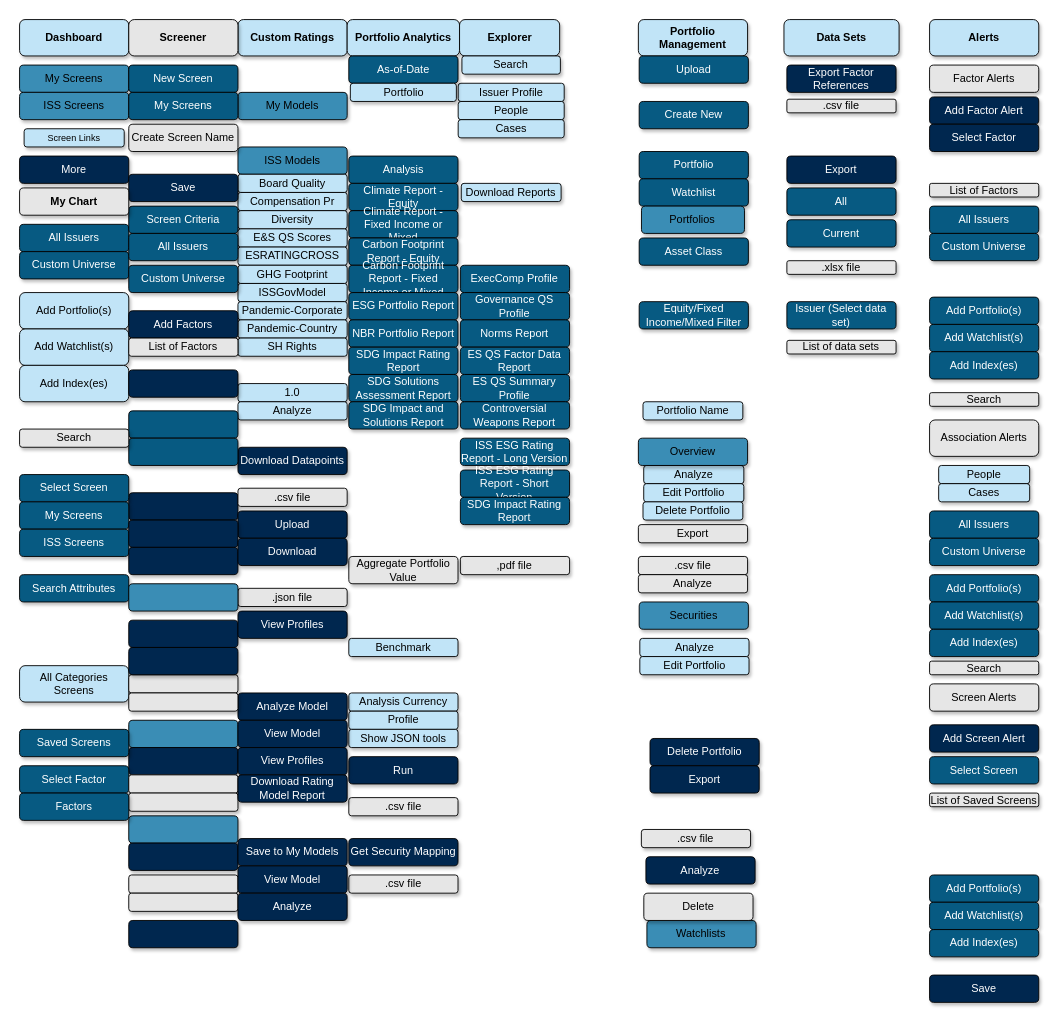
The draw.io diagram DD_ObsoleteMetadata/DataDeskSitemap.drawio in slingshotdancu/slingshotdancu.github.io, before the edit. Source tidied: cells renumbered, new cells numbered last; positions are measured from the earlier drawing's top-left corner, leaving out a move shared by most shapes. Both pictures are drawn from the tidied source at 91%, with x=0, y=0 at pixel (19, 19).
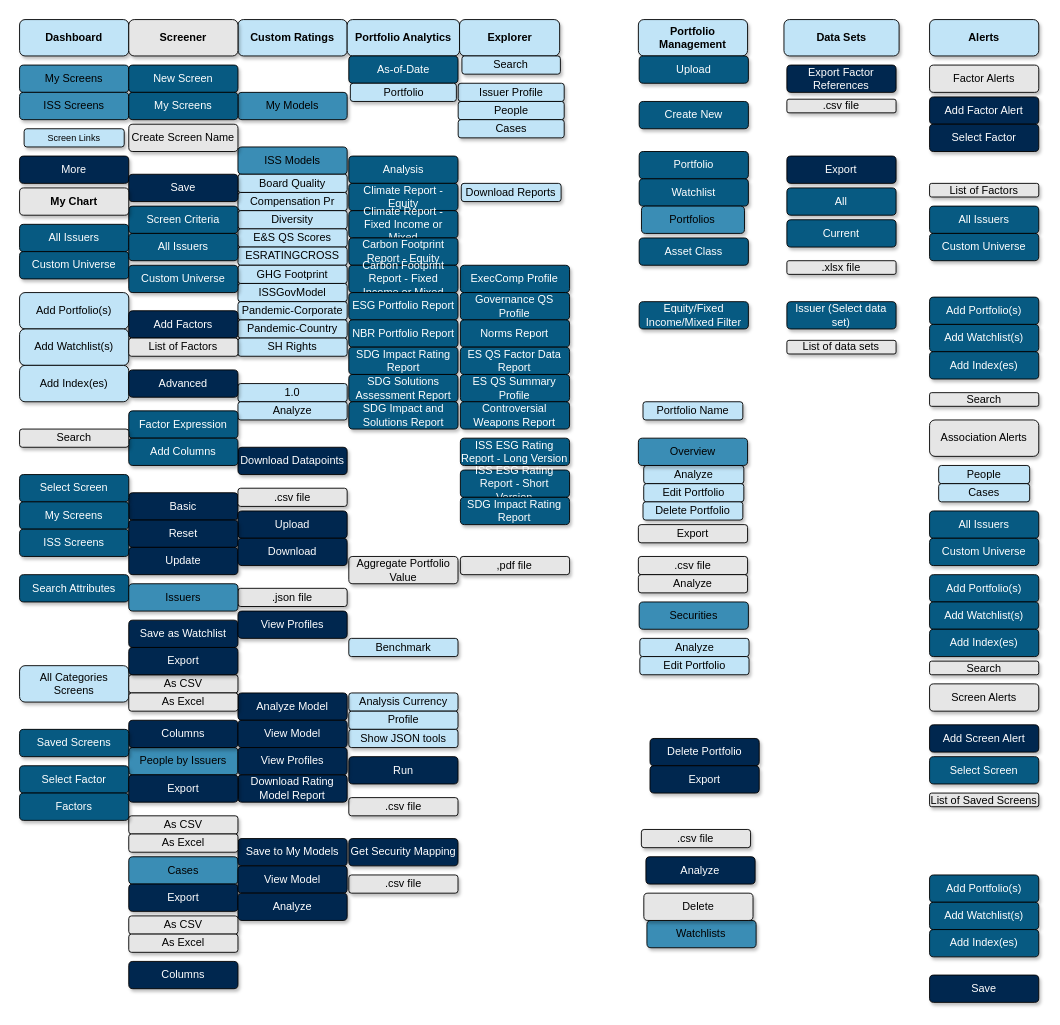
The same page after the edit.

The edit, as a diff of the source:
```diff
@@
-    <mxCell id="37" style="rounded=1;whiteSpace=wrap;html=1;shadow=1;fillColor=#3a8db5;" parent="1" vertex="1">
-      <mxGeometry x="120" y="875" width="120" height="30" as="geometry" />
+    <mxCell id="37" value="Cases" style="rounded=1;whiteSpace=wrap;html=1;shadow=1;fillColor=#3a8db5;" parent="1" vertex="1">
+      <mxGeometry x="120" y="920" width="120" height="30" as="geometry" />
     </mxCell>
-    <mxCell id="38" style="rounded=1;whiteSpace=wrap;html=1;shadow=1;fillColor=#3a8db5;" parent="1" vertex="1">
-      <mxGeometry x="120" y="770" width="120" height="30" as="geometry" />
+    <mxCell id="38" value="People by Issuers" style="rounded=1;whiteSpace=wrap;html=1;shadow=1;fillColor=#3a8db5;" parent="1" vertex="1">
+      <mxGeometry x="120" y="800" width="120" height="30" as="geometry" />
     </mxCell>
@@
-    <mxCell id="40" style="rounded=1;whiteSpace=wrap;html=1;shadow=1;fillColor=#00274f;fontColor=#FFFFFF;" parent="1" vertex="1">
+    <mxCell id="40" value="Save as Watchlist" style="rounded=1;whiteSpace=wrap;html=1;shadow=1;fillColor=#00274f;fontColor=#FFFFFF;" parent="1" vertex="1">
       <mxGeometry x="120" y="660" width="120" height="30" as="geometry" />
     </mxCell>
-    <mxCell id="41" style="rounded=1;whiteSpace=wrap;html=1;shadow=1;fillColor=#00274f;fontColor=#FFFFFF;" parent="1" vertex="1">
-      <mxGeometry x="120" y="800" width="120" height="30" as="geometry" />
+    <mxCell id="41" value="Columns" style="rounded=1;whiteSpace=wrap;html=1;shadow=1;fillColor=#00274f;fontColor=#FFFFFF;" parent="1" vertex="1">
+      <mxGeometry x="120" y="770" width="120" height="30" as="geometry" />
     </mxCell>
-    <mxCell id="42" style="rounded=1;whiteSpace=wrap;html=1;shadow=1;fillColor=#00274f;fontColor=#FFFFFF;" parent="1" vertex="1">
-      <mxGeometry x="120" y="990" width="120" height="30" as="geometry" />
+    <mxCell id="42" value="Columns" style="rounded=1;whiteSpace=wrap;html=1;shadow=1;fillColor=#00274f;fontColor=#FFFFFF;" parent="1" vertex="1">
+      <mxGeometry x="120" y="1035" width="120" height="30" as="geometry" />
     </mxCell>
-    <mxCell id="43" style="rounded=1;whiteSpace=wrap;html=1;shadow=1;fillColor=#00274f;fontColor=#FFFFFF;" parent="1" vertex="1">
-      <mxGeometry x="120" y="905" width="120" height="30" as="geometry" />
+    <mxCell id="43" value="Export" style="rounded=1;whiteSpace=wrap;html=1;shadow=1;fillColor=#00274f;fontColor=#FFFFFF;" parent="1" vertex="1">
+      <mxGeometry x="120" y="950" width="120" height="30" as="geometry" />
     </mxCell>
-    <mxCell id="44" style="rounded=1;whiteSpace=wrap;html=1;shadow=1;fillColor=#00274f;fontColor=#FFFFFF;" parent="1" vertex="1">
+    <mxCell id="44" value="Basic" style="rounded=1;whiteSpace=wrap;html=1;shadow=1;fillColor=#00274f;fontColor=#FFFFFF;" parent="1" vertex="1">
       <mxGeometry x="120" y="520" width="120" height="30" as="geometry" />
     </mxCell>
@@
-    <mxCell id="63" style="rounded=1;whiteSpace=wrap;html=1;shadow=1;fillColor=#075a82;fontColor=#FFFFFF;" parent="1" vertex="1">
+    <mxCell id="63" value="Factor Expression" style="rounded=1;whiteSpace=wrap;html=1;shadow=1;fillColor=#075a82;fontColor=#FFFFFF;" parent="1" vertex="1">
       <mxGeometry x="120" y="430" width="120" height="30" as="geometry" />
     </mxCell>
-    <mxCell id="64" style="rounded=1;whiteSpace=wrap;html=1;shadow=1;fillColor=#075a82;fontColor=#FFFFFF;" parent="1" vertex="1">
+    <mxCell id="64" value="Add Columns" style="rounded=1;whiteSpace=wrap;html=1;shadow=1;fillColor=#075a82;fontColor=#FFFFFF;" parent="1" vertex="1">
       <mxGeometry x="120" y="460" width="120" height="30" as="geometry" />
     </mxCell>
@@
-    <mxCell id="80" style="rounded=1;whiteSpace=wrap;html=1;shadow=1;fillColor=#E6E6E6;" parent="1" vertex="1">
-      <mxGeometry x="120" y="940" width="120" height="20" as="geometry" />
+    <mxCell id="80" value="As CSV" style="rounded=1;whiteSpace=wrap;html=1;shadow=1;fillColor=#E6E6E6;" parent="1" vertex="1">
+      <mxGeometry x="120" y="985" width="120" height="20" as="geometry" />
     </mxCell>
-    <mxCell id="81" style="rounded=1;whiteSpace=wrap;html=1;shadow=1;fillColor=#E6E6E6;" parent="1" vertex="1">
-      <mxGeometry x="120" y="830" width="120" height="20" as="geometry" />
+    <mxCell id="81" value="As CSV" style="rounded=1;whiteSpace=wrap;html=1;shadow=1;fillColor=#E6E6E6;" parent="1" vertex="1">
+      <mxGeometry x="120" y="875" width="120" height="20" as="geometry" />
     </mxCell>
-    <mxCell id="82" style="rounded=1;whiteSpace=wrap;html=1;shadow=1;fillColor=#E6E6E6;" parent="1" vertex="1">
+    <mxCell id="82" value="As CSV" style="rounded=1;whiteSpace=wrap;html=1;shadow=1;fillColor=#E6E6E6;" parent="1" vertex="1">
       <mxGeometry x="120" y="720" width="120" height="20" as="geometry" />
     </mxCell>
-    <mxCell id="83" style="rounded=1;whiteSpace=wrap;html=1;shadow=1;fillColor=#00274f;fontColor=#FFFFFF;" parent="1" vertex="1">
+    <mxCell id="83" value="Advanced" style="rounded=1;whiteSpace=wrap;html=1;shadow=1;fillColor=#00274f;fontColor=#FFFFFF;" parent="1" vertex="1">
       <mxGeometry x="120" y="385" width="120" height="30" as="geometry" />
     </mxCell>
@@
-    <mxCell id="88" style="rounded=1;whiteSpace=wrap;html=1;shadow=1;fillColor=#00274f;fontColor=#FFFFFF;" parent="1" vertex="1">
+    <mxCell id="88" value="Reset" style="rounded=1;whiteSpace=wrap;html=1;shadow=1;fillColor=#00274f;fontColor=#FFFFFF;" parent="1" vertex="1">
       <mxGeometry x="120" y="550" width="120" height="30" as="geometry" />
     </mxCell>
-    <mxCell id="89" style="rounded=1;whiteSpace=wrap;html=1;shadow=1;fillColor=#00274f;fontColor=#FFFFFF;" parent="1" vertex="1">
+    <mxCell id="89" value="Update" style="rounded=1;whiteSpace=wrap;html=1;shadow=1;fillColor=#00274f;fontColor=#FFFFFF;" parent="1" vertex="1">
       <mxGeometry x="120" y="580" width="120" height="30" as="geometry" />
     </mxCell>
-    <mxCell id="90" style="rounded=1;whiteSpace=wrap;html=1;shadow=1;fillColor=#00274f;fontColor=#FFFFFF;" parent="1" vertex="1">
+    <mxCell id="90" value="Export" style="rounded=1;whiteSpace=wrap;html=1;shadow=1;fillColor=#00274f;fontColor=#FFFFFF;" parent="1" vertex="1">
       <mxGeometry x="120" y="690" width="120" height="30" as="geometry" />
     </mxCell>
-    <mxCell id="91" style="rounded=1;whiteSpace=wrap;html=1;shadow=1;fillColor=#3a8db5;" parent="1" vertex="1">
+    <mxCell id="91" value="Issuers" style="rounded=1;whiteSpace=wrap;html=1;shadow=1;fillColor=#3a8db5;" parent="1" vertex="1">
       <mxGeometry x="120" y="620" width="120" height="30" as="geometry" />
     </mxCell>
-    <mxCell id="92" style="rounded=1;whiteSpace=wrap;html=1;shadow=1;fillColor=#E6E6E6;" parent="1" vertex="1">
+    <mxCell id="92" value="As Excel" style="rounded=1;whiteSpace=wrap;html=1;shadow=1;fillColor=#E6E6E6;" parent="1" vertex="1">
       <mxGeometry x="120" y="740" width="120" height="20" as="geometry" />
     </mxCell>
-    <mxCell id="93" style="rounded=1;whiteSpace=wrap;html=1;shadow=1;fillColor=#E6E6E6;" parent="1" vertex="1">
-      <mxGeometry x="120" y="850" width="120" height="20" as="geometry" />
+    <mxCell id="93" value="As Excel" style="rounded=1;whiteSpace=wrap;html=1;shadow=1;fillColor=#E6E6E6;" parent="1" vertex="1">
+      <mxGeometry x="120" y="895" width="120" height="20" as="geometry" />
     </mxCell>
-    <mxCell id="94" style="rounded=1;whiteSpace=wrap;html=1;shadow=1;fillColor=#E6E6E6;" parent="1" vertex="1">
-      <mxGeometry x="120" y="960" width="120" height="20" as="geometry" />
+    <mxCell id="94" value="As Excel" style="rounded=1;whiteSpace=wrap;html=1;shadow=1;fillColor=#E6E6E6;" parent="1" vertex="1">
+      <mxGeometry x="120" y="1005" width="120" height="20" as="geometry" />
     </mxCell>
@@
+    <mxCell id="183" value="Export" style="rounded=1;whiteSpace=wrap;html=1;shadow=1;fillColor=#00274f;fontColor=#FFFFFF;" parent="1" vertex="1">
+      <mxGeometry x="120" y="830" width="120" height="30" as="geometry" />
+    </mxCell>
```
